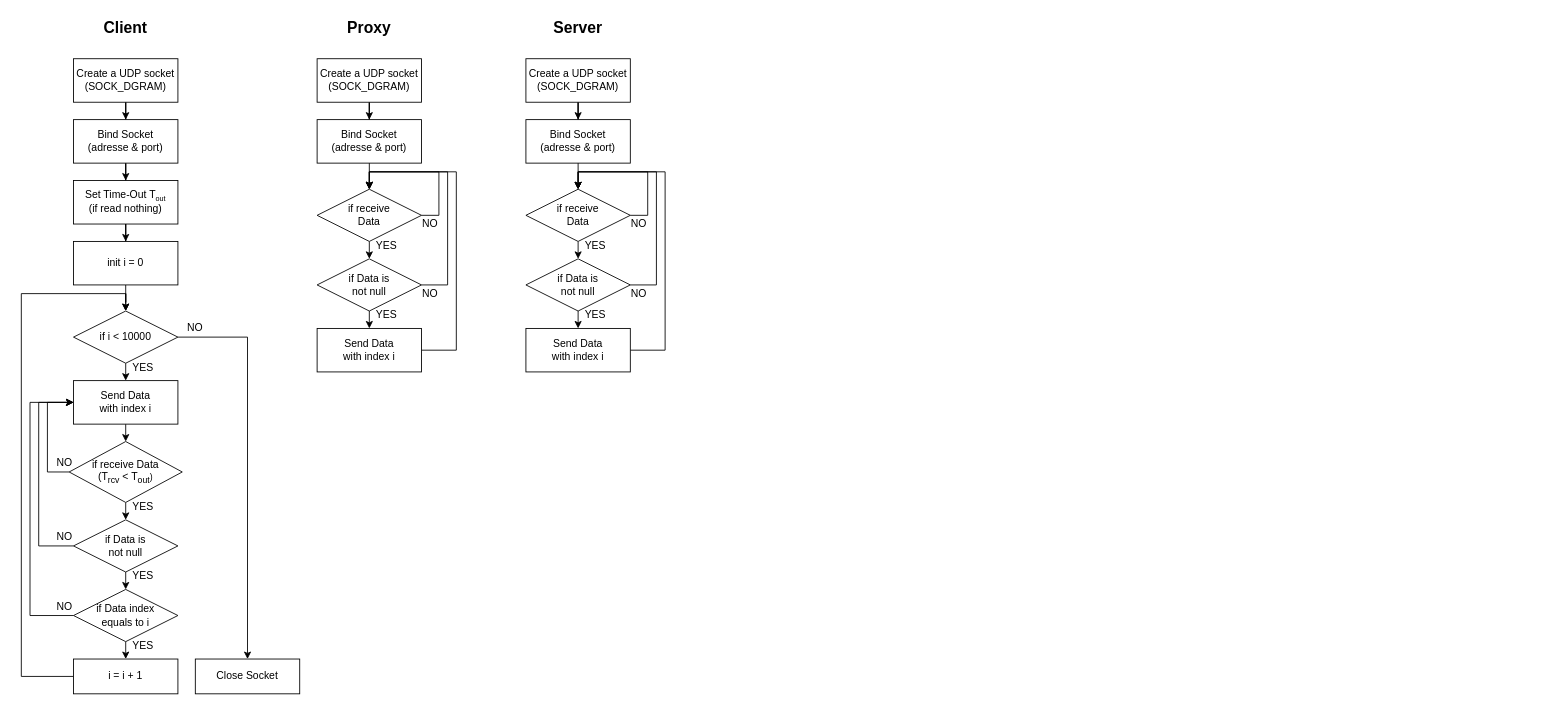
Earlier version of the draw.io diagram flow chart.drawio (timlin0307/Socekt_Programming_Investigation). Source tidied: cells renumbered, new cells numbered last; positions are measured from the earlier drawing's top-left corner, leaving out a move shared by most shapes. Both pictures are drawn from the tidied source at 87%, with x=0, y=0 at pixel (21, 15).
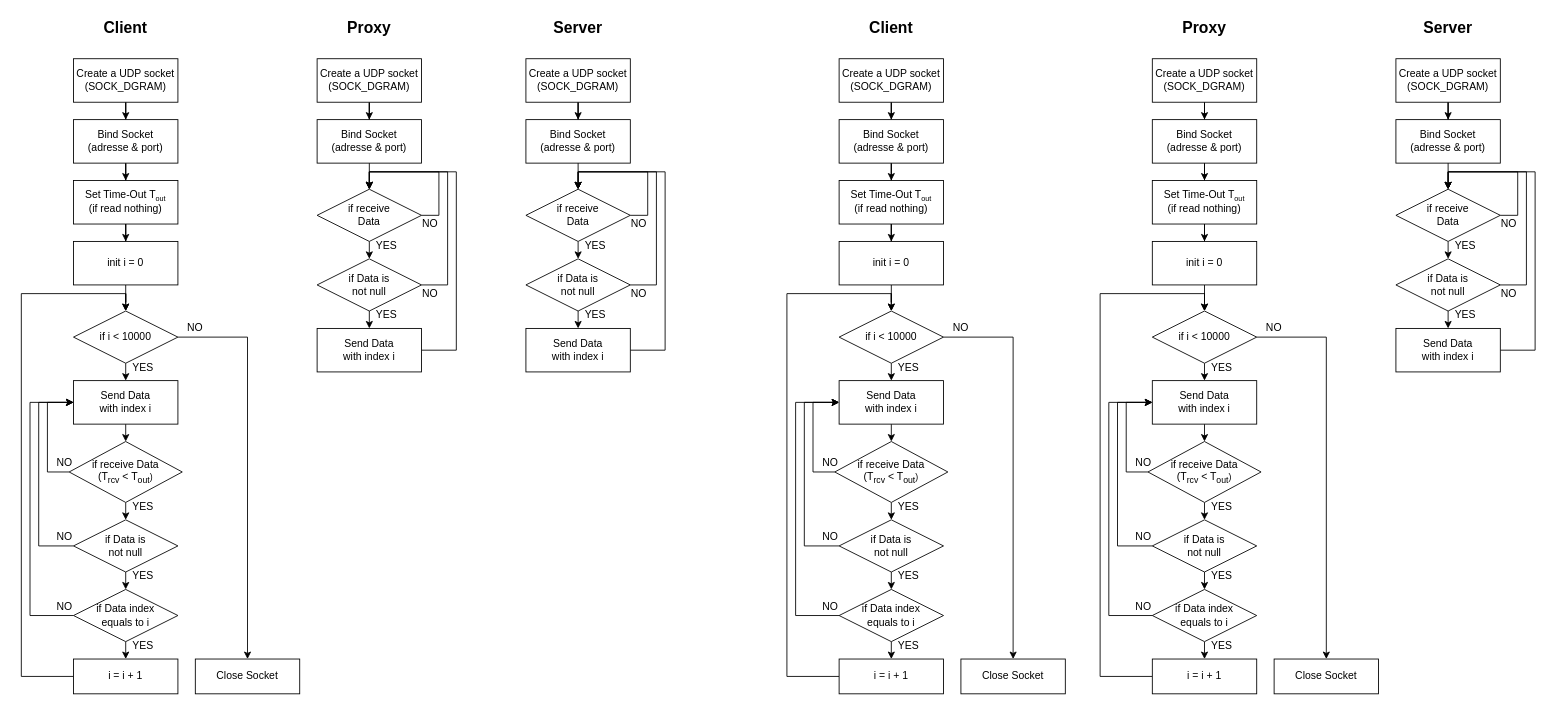
After the change.

The edit, as a diff of the source:
```diff
@@
+    <mxCell id="70" style="edgeStyle=orthogonalEdgeStyle;rounded=0;jettySize=auto;html=1;entryX=0.5;entryY=0;entryDx=0;entryDy=0;" parent="1" edge="1" source="71" target="73">
+      <mxGeometry relative="1" as="geometry" />
+    </mxCell>
+    <mxCell id="71" value="Create a UDP socket&lt;br&gt;(SOCK_DGRAM)" style="rounded=0;whiteSpace=wrap;html=1;" parent="1" vertex="1">
+      <mxGeometry x="940" y="50" width="120" height="50" as="geometry" />
+    </mxCell>
+    <mxCell id="72" style="edgeStyle=orthogonalEdgeStyle;rounded=0;jettySize=auto;html=1;entryX=0.5;entryY=0;entryDx=0;entryDy=0;" parent="1" edge="1" source="73" target="75">
+      <mxGeometry relative="1" as="geometry" />
+    </mxCell>
+    <mxCell id="73" value="Bind Socket&lt;br&gt;(adresse &amp;amp; port)" style="rounded=0;whiteSpace=wrap;html=1;" parent="1" vertex="1">
+      <mxGeometry x="940" y="120" width="120" height="50" as="geometry" />
+    </mxCell>
+    <mxCell id="74" style="edgeStyle=orthogonalEdgeStyle;rounded=0;jettySize=auto;html=1;entryX=0.5;entryY=0;entryDx=0;entryDy=0;" parent="1" edge="1" source="75" target="85">
+      <mxGeometry relative="1" as="geometry" />
+    </mxCell>
+    <mxCell id="75" value="Set Time-Out T&lt;span style=&quot;font-size: 10px;&quot;&gt;&lt;sub&gt;out&lt;/sub&gt;&lt;/span&gt;&lt;br&gt;(if read nothing)" style="rounded=0;whiteSpace=wrap;html=1;" parent="1" vertex="1">
+      <mxGeometry x="940" y="190" width="120" height="50" as="geometry" />
+    </mxCell>
+    <mxCell id="76" style="edgeStyle=orthogonalEdgeStyle;rounded=0;jettySize=auto;html=1;exitX=0.5;exitY=1;exitDx=0;exitDy=0;entryX=0.5;entryY=0;entryDx=0;entryDy=0;" parent="1" edge="1" source="78" target="80">
+      <mxGeometry relative="1" as="geometry" />
+    </mxCell>
+    <mxCell id="77" style="edgeStyle=orthogonalEdgeStyle;rounded=0;jettySize=auto;html=1;exitX=1;exitY=0.5;exitDx=0;exitDy=0;entryX=0.5;entryY=0;entryDx=0;entryDy=0;" parent="1" edge="1" source="78" target="98">
+      <mxGeometry relative="1" as="geometry" />
+    </mxCell>
+    <mxCell id="78" value="if i &amp;lt; 10000" style="rhombus;whiteSpace=wrap;html=1;" parent="1" vertex="1">
+      <mxGeometry x="940" y="340" width="120" height="60" as="geometry" />
+    </mxCell>
+    <mxCell id="79" style="edgeStyle=orthogonalEdgeStyle;rounded=0;jettySize=auto;html=1;exitX=0.5;exitY=1;exitDx=0;exitDy=0;entryX=0.5;entryY=0;entryDx=0;entryDy=0;" parent="1" edge="1" source="80" target="83">
+      <mxGeometry relative="1" as="geometry" />
+    </mxCell>
+    <mxCell id="80" value="Send Data&lt;br&gt;with index i" style="rounded=0;whiteSpace=wrap;html=1;" parent="1" vertex="1">
+      <mxGeometry x="940" y="420" width="120" height="50" as="geometry" />
+    </mxCell>
+    <mxCell id="81" style="edgeStyle=orthogonalEdgeStyle;rounded=0;jettySize=auto;html=1;exitX=0.5;exitY=1;exitDx=0;exitDy=0;entryX=0.5;entryY=0;entryDx=0;entryDy=0;" parent="1" edge="1" source="83" target="90">
+      <mxGeometry relative="1" as="geometry" />
+    </mxCell>
+    <mxCell id="82" style="edgeStyle=orthogonalEdgeStyle;rounded=0;jettySize=auto;html=1;exitX=0;exitY=0.5;exitDx=0;exitDy=0;entryX=0;entryY=0.5;entryDx=0;entryDy=0;" parent="1" edge="1" source="83" target="80">
+      <mxGeometry relative="1" as="geometry">
+        <Array as="points">
+          <mxPoint x="910" y="525" />
+          <mxPoint x="910" y="445" />
+        </Array>
+      </mxGeometry>
+    </mxCell>
+    <mxCell id="83" value="if receive Data&lt;br&gt;(T&lt;sub&gt;rcv&lt;/sub&gt;&amp;nbsp;&amp;lt; T&lt;sub&gt;out&lt;/sub&gt;&lt;span style=&quot;font-size: 10px;&quot;&gt;)&lt;/span&gt;" style="rhombus;whiteSpace=wrap;html=1;" parent="1" vertex="1">
+      <mxGeometry x="935" y="490" width="130" height="70" as="geometry" />
+    </mxCell>
+    <mxCell id="84" style="edgeStyle=orthogonalEdgeStyle;rounded=0;jettySize=auto;html=1;entryX=0.5;entryY=0;entryDx=0;entryDy=0;" parent="1" edge="1" source="85" target="78">
+      <mxGeometry relative="1" as="geometry" />
+    </mxCell>
+    <mxCell id="85" value="init i = 0" style="rounded=0;whiteSpace=wrap;html=1;" parent="1" vertex="1">
+      <mxGeometry x="940" y="260" width="120" height="50" as="geometry" />
+    </mxCell>
+    <mxCell id="86" style="edgeStyle=orthogonalEdgeStyle;rounded=0;jettySize=auto;html=1;exitX=0;exitY=0.5;exitDx=0;exitDy=0;entryX=0.5;entryY=0;entryDx=0;entryDy=0;" parent="1" edge="1" source="87" target="78">
+      <mxGeometry relative="1" as="geometry">
+        <Array as="points">
+          <mxPoint x="880" y="760" />
+          <mxPoint x="880" y="320" />
+          <mxPoint x="1000" y="320" />
+        </Array>
+      </mxGeometry>
+    </mxCell>
+    <mxCell id="87" value="i = i + 1" style="rounded=0;whiteSpace=wrap;html=1;" parent="1" vertex="1">
+      <mxGeometry x="940" y="740" width="120" height="40" as="geometry" />
+    </mxCell>
+    <mxCell id="88" style="edgeStyle=orthogonalEdgeStyle;rounded=0;jettySize=auto;html=1;exitX=0.5;exitY=1;exitDx=0;exitDy=0;entryX=0.5;entryY=0;entryDx=0;entryDy=0;" parent="1" edge="1" source="90" target="93">
+      <mxGeometry relative="1" as="geometry" />
+    </mxCell>
+    <mxCell id="89" style="edgeStyle=orthogonalEdgeStyle;rounded=0;jettySize=auto;html=1;exitX=0;exitY=0.5;exitDx=0;exitDy=0;entryX=0;entryY=0.5;entryDx=0;entryDy=0;" parent="1" edge="1" source="90" target="80">
+      <mxGeometry relative="1" as="geometry">
+        <Array as="points">
+          <mxPoint x="900" y="610" />
+          <mxPoint x="900" y="445" />
+        </Array>
+      </mxGeometry>
+    </mxCell>
+    <mxCell id="90" value="if Data is&lt;br&gt;not null" style="rhombus;whiteSpace=wrap;html=1;" parent="1" vertex="1">
+      <mxGeometry x="940" y="580" width="120" height="60" as="geometry" />
+    </mxCell>
+    <mxCell id="91" style="edgeStyle=orthogonalEdgeStyle;rounded=0;jettySize=auto;html=1;exitX=0.5;exitY=1;exitDx=0;exitDy=0;entryX=0.5;entryY=0;entryDx=0;entryDy=0;" parent="1" edge="1" source="93" target="87">
+      <mxGeometry relative="1" as="geometry" />
+    </mxCell>
+    <mxCell id="92" style="edgeStyle=orthogonalEdgeStyle;rounded=0;jettySize=auto;html=1;exitX=0;exitY=0.5;exitDx=0;exitDy=0;entryX=0;entryY=0.5;entryDx=0;entryDy=0;" parent="1" edge="1" source="93" target="80">
+      <mxGeometry relative="1" as="geometry">
+        <Array as="points">
+          <mxPoint x="890" y="690" />
+          <mxPoint x="890" y="445" />
+        </Array>
+      </mxGeometry>
+    </mxCell>
+    <mxCell id="93" value="if Data index&lt;br&gt;equals to i" style="rhombus;whiteSpace=wrap;html=1;" parent="1" vertex="1">
+      <mxGeometry x="940" y="660" width="120" height="60" as="geometry" />
+    </mxCell>
+    <mxCell id="94" value="YES" style="text;html=1;strokeColor=none;fillColor=none;align=center;verticalAlign=middle;whiteSpace=wrap;rounded=0;" parent="1" vertex="1">
+      <mxGeometry x="1000" y="400" width="40" height="10" as="geometry" />
+    </mxCell>
+    <mxCell id="95" value="YES" style="text;html=1;strokeColor=none;fillColor=none;align=center;verticalAlign=middle;whiteSpace=wrap;rounded=0;" parent="1" vertex="1">
+      <mxGeometry x="1000" y="560" width="40" height="10" as="geometry" />
+    </mxCell>
+    <mxCell id="96" value="YES" style="text;html=1;strokeColor=none;fillColor=none;align=center;verticalAlign=middle;whiteSpace=wrap;rounded=0;" parent="1" vertex="1">
+      <mxGeometry x="1000" y="640" width="40" height="10" as="geometry" />
+    </mxCell>
+    <mxCell id="97" value="YES" style="text;html=1;strokeColor=none;fillColor=none;align=center;verticalAlign=middle;whiteSpace=wrap;rounded=0;" parent="1" vertex="1">
+      <mxGeometry x="1000" y="720" width="40" height="10" as="geometry" />
+    </mxCell>
+    <mxCell id="98" value="Close Socket" style="rounded=0;whiteSpace=wrap;html=1;" parent="1" vertex="1">
+      <mxGeometry x="1080" y="740" width="120" height="40" as="geometry" />
+    </mxCell>
+    <mxCell id="99" value="NO" style="text;html=1;strokeColor=none;fillColor=none;align=center;verticalAlign=middle;whiteSpace=wrap;rounded=0;" parent="1" vertex="1">
+      <mxGeometry x="1060" y="350" width="40" height="20" as="geometry" />
+    </mxCell>
+    <mxCell id="100" value="NO" style="text;html=1;strokeColor=none;fillColor=none;align=center;verticalAlign=middle;whiteSpace=wrap;rounded=0;" parent="1" vertex="1">
+      <mxGeometry x="910" y="510" width="40" height="10" as="geometry" />
+    </mxCell>
+    <mxCell id="101" value="NO" style="text;html=1;strokeColor=none;fillColor=none;align=center;verticalAlign=middle;whiteSpace=wrap;rounded=0;" parent="1" vertex="1">
+      <mxGeometry x="910" y="590" width="40" height="20" as="geometry" />
+    </mxCell>
+    <mxCell id="102" value="NO" style="text;html=1;strokeColor=none;fillColor=none;align=center;verticalAlign=middle;whiteSpace=wrap;rounded=0;" parent="1" vertex="1">
+      <mxGeometry x="910" y="670" width="40" height="20" as="geometry" />
+    </mxCell>
+    <mxCell id="103" value="&lt;b&gt;&lt;font style=&quot;font-size: 18px;&quot;&gt;Client&lt;/font&gt;&lt;/b&gt;" style="text;html=1;strokeColor=none;fillColor=none;align=center;verticalAlign=middle;whiteSpace=wrap;rounded=0;" parent="1" vertex="1">
+      <mxGeometry x="970" width="60" height="30" as="geometry" />
+    </mxCell>
+    <mxCell id="104" style="edgeStyle=orthogonalEdgeStyle;rounded=0;jettySize=auto;html=1;entryX=0.5;entryY=0;entryDx=0;entryDy=0;" parent="1" edge="1" source="105" target="106">
+      <mxGeometry relative="1" as="geometry" />
+    </mxCell>
+    <mxCell id="105" value="Create a UDP socket&lt;br&gt;(SOCK_DGRAM)" style="rounded=0;whiteSpace=wrap;html=1;" parent="1" vertex="1">
+      <mxGeometry x="1580" y="50" width="120" height="50" as="geometry" />
+    </mxCell>
+    <mxCell id="106" value="Bind Socket&lt;br&gt;(adresse &amp;amp; port)" style="rounded=0;whiteSpace=wrap;html=1;" parent="1" vertex="1">
+      <mxGeometry x="1580" y="120" width="120" height="50" as="geometry" />
+    </mxCell>
+    <mxCell id="107" style="edgeStyle=orthogonalEdgeStyle;rounded=0;jettySize=auto;html=1;exitX=0.5;exitY=1;exitDx=0;exitDy=0;entryX=0.5;entryY=0;entryDx=0;entryDy=0;" parent="1" edge="1" source="108" target="112">
+      <mxGeometry relative="1" as="geometry" />
+    </mxCell>
+    <mxCell id="108" value="if receive&lt;br&gt;Data" style="rhombus;whiteSpace=wrap;html=1;" parent="1" vertex="1">
+      <mxGeometry x="1580" y="200" width="120" height="60" as="geometry" />
+    </mxCell>
+    <mxCell id="109" style="edgeStyle=orthogonalEdgeStyle;rounded=0;jettySize=auto;html=1;entryX=0.5;entryY=0;entryDx=0;entryDy=0;exitX=0.5;exitY=1;exitDx=0;exitDy=0;" parent="1" edge="1" source="106" target="108">
+      <mxGeometry relative="1" as="geometry" />
+    </mxCell>
+    <mxCell id="110" style="edgeStyle=orthogonalEdgeStyle;rounded=0;jettySize=auto;html=1;exitX=0.5;exitY=1;exitDx=0;exitDy=0;entryX=0.5;entryY=0;entryDx=0;entryDy=0;" parent="1" edge="1" source="112" target="118">
+      <mxGeometry relative="1" as="geometry" />
+    </mxCell>
+    <mxCell id="111" style="edgeStyle=orthogonalEdgeStyle;rounded=0;jettySize=auto;html=1;exitX=1;exitY=0.5;exitDx=0;exitDy=0;entryX=0.5;entryY=0;entryDx=0;entryDy=0;" parent="1" edge="1" source="112" target="108">
+      <mxGeometry relative="1" as="geometry">
+        <Array as="points">
+          <mxPoint x="1730" y="310" />
+          <mxPoint x="1730" y="180" />
+          <mxPoint x="1640" y="180" />
+        </Array>
+      </mxGeometry>
+    </mxCell>
+    <mxCell id="112" value="if Data is&lt;br&gt;not null" style="rhombus;whiteSpace=wrap;html=1;" parent="1" vertex="1">
+      <mxGeometry x="1580" y="280" width="120" height="60" as="geometry" />
+    </mxCell>
+    <mxCell id="113" value="YES" style="text;html=1;strokeColor=none;fillColor=none;align=center;verticalAlign=middle;whiteSpace=wrap;rounded=0;" parent="1" vertex="1">
+      <mxGeometry x="1640" y="260" width="40" height="10" as="geometry" />
+    </mxCell>
+    <mxCell id="114" value="YES" style="text;html=1;strokeColor=none;fillColor=none;align=center;verticalAlign=middle;whiteSpace=wrap;rounded=0;" parent="1" vertex="1">
+      <mxGeometry x="1640" y="340" width="40" height="10" as="geometry" />
+    </mxCell>
+    <mxCell id="115" style="edgeStyle=orthogonalEdgeStyle;rounded=0;orthogonalLoop=1;jettySize=auto;html=1;exitX=1;exitY=0.5;exitDx=0;exitDy=0;entryX=0.5;entryY=0;entryDx=0;entryDy=0;" parent="1" edge="1" source="108" target="108">
+      <mxGeometry relative="1" as="geometry">
+        <Array as="points">
+          <mxPoint x="1720" y="230" />
+          <mxPoint x="1720" y="180" />
+          <mxPoint x="1640" y="180" />
+        </Array>
+      </mxGeometry>
+    </mxCell>
+    <mxCell id="116" value="NO" style="text;html=1;strokeColor=none;fillColor=none;align=center;verticalAlign=middle;whiteSpace=wrap;rounded=0;" parent="1" vertex="1">
+      <mxGeometry x="1690" y="230" width="40" height="20" as="geometry" />
+    </mxCell>
+    <mxCell id="117" style="edgeStyle=orthogonalEdgeStyle;rounded=0;jettySize=auto;html=1;exitX=1;exitY=0.5;exitDx=0;exitDy=0;entryX=0.5;entryY=0;entryDx=0;entryDy=0;" parent="1" edge="1" source="118" target="108">
+      <mxGeometry relative="1" as="geometry">
+        <Array as="points">
+          <mxPoint x="1740" y="385" />
+          <mxPoint x="1740" y="180" />
+          <mxPoint x="1640" y="180" />
+        </Array>
+      </mxGeometry>
+    </mxCell>
+    <mxCell id="118" value="Send Data&lt;br&gt;with index i" style="rounded=0;whiteSpace=wrap;html=1;" parent="1" vertex="1">
+      <mxGeometry x="1580" y="360" width="120" height="50" as="geometry" />
+    </mxCell>
+    <mxCell id="119" value="NO" style="text;html=1;strokeColor=none;fillColor=none;align=center;verticalAlign=middle;whiteSpace=wrap;rounded=0;" parent="1" vertex="1">
+      <mxGeometry x="1690" y="310" width="40" height="20" as="geometry" />
+    </mxCell>
+    <mxCell id="120" value="&lt;b&gt;&lt;font style=&quot;font-size: 18px;&quot;&gt;Server&lt;/font&gt;&lt;/b&gt;" style="text;html=1;strokeColor=none;fillColor=none;align=center;verticalAlign=middle;whiteSpace=wrap;rounded=0;" parent="1" vertex="1">
+      <mxGeometry x="1610" width="60" height="30" as="geometry" />
+    </mxCell>
+    <mxCell id="121" style="edgeStyle=orthogonalEdgeStyle;rounded=0;jettySize=auto;html=1;entryX=0.5;entryY=0;entryDx=0;entryDy=0;" parent="1" edge="1" source="122" target="124">
+      <mxGeometry relative="1" as="geometry" />
+    </mxCell>
+    <mxCell id="122" value="Create a UDP socket&lt;br&gt;(SOCK_DGRAM)" style="rounded=0;whiteSpace=wrap;html=1;" parent="1" vertex="1">
+      <mxGeometry x="1300" y="50" width="120" height="50" as="geometry" />
+    </mxCell>
+    <mxCell id="123" style="edgeStyle=orthogonalEdgeStyle;rounded=0;jettySize=auto;html=1;entryX=0.5;entryY=0;entryDx=0;entryDy=0;" parent="1" edge="1" source="124" target="126">
+      <mxGeometry relative="1" as="geometry" />
+    </mxCell>
+    <mxCell id="124" value="Bind Socket&lt;br&gt;(adresse &amp;amp; port)" style="rounded=0;whiteSpace=wrap;html=1;" parent="1" vertex="1">
+      <mxGeometry x="1300" y="120" width="120" height="50" as="geometry" />
+    </mxCell>
+    <mxCell id="125" style="edgeStyle=orthogonalEdgeStyle;rounded=0;jettySize=auto;html=1;entryX=0.5;entryY=0;entryDx=0;entryDy=0;" parent="1" edge="1" source="126" target="136">
+      <mxGeometry relative="1" as="geometry" />
+    </mxCell>
+    <mxCell id="126" value="Set Time-Out T&lt;span style=&quot;font-size: 10px;&quot;&gt;&lt;sub&gt;out&lt;/sub&gt;&lt;/span&gt;&lt;br&gt;(if read nothing)" style="rounded=0;whiteSpace=wrap;html=1;" parent="1" vertex="1">
+      <mxGeometry x="1300" y="190" width="120" height="50" as="geometry" />
+    </mxCell>
+    <mxCell id="127" style="edgeStyle=orthogonalEdgeStyle;rounded=0;jettySize=auto;html=1;exitX=0.5;exitY=1;exitDx=0;exitDy=0;entryX=0.5;entryY=0;entryDx=0;entryDy=0;" parent="1" edge="1" source="129" target="131">
+      <mxGeometry relative="1" as="geometry" />
+    </mxCell>
+    <mxCell id="128" style="edgeStyle=orthogonalEdgeStyle;rounded=0;jettySize=auto;html=1;exitX=1;exitY=0.5;exitDx=0;exitDy=0;entryX=0.5;entryY=0;entryDx=0;entryDy=0;" parent="1" edge="1" source="129" target="149">
+      <mxGeometry relative="1" as="geometry" />
+    </mxCell>
+    <mxCell id="129" value="if i &amp;lt; 10000" style="rhombus;whiteSpace=wrap;html=1;" parent="1" vertex="1">
+      <mxGeometry x="1300" y="340" width="120" height="60" as="geometry" />
+    </mxCell>
+    <mxCell id="130" style="edgeStyle=orthogonalEdgeStyle;rounded=0;jettySize=auto;html=1;exitX=0.5;exitY=1;exitDx=0;exitDy=0;entryX=0.5;entryY=0;entryDx=0;entryDy=0;" parent="1" edge="1" source="131" target="134">
+      <mxGeometry relative="1" as="geometry" />
+    </mxCell>
+    <mxCell id="131" value="Send Data&lt;br&gt;with index i" style="rounded=0;whiteSpace=wrap;html=1;" parent="1" vertex="1">
+      <mxGeometry x="1300" y="420" width="120" height="50" as="geometry" />
+    </mxCell>
+    <mxCell id="132" style="edgeStyle=orthogonalEdgeStyle;rounded=0;jettySize=auto;html=1;exitX=0.5;exitY=1;exitDx=0;exitDy=0;entryX=0.5;entryY=0;entryDx=0;entryDy=0;" parent="1" edge="1" source="134" target="141">
+      <mxGeometry relative="1" as="geometry" />
+    </mxCell>
+    <mxCell id="133" style="edgeStyle=orthogonalEdgeStyle;rounded=0;jettySize=auto;html=1;exitX=0;exitY=0.5;exitDx=0;exitDy=0;entryX=0;entryY=0.5;entryDx=0;entryDy=0;" parent="1" edge="1" source="134" target="131">
+      <mxGeometry relative="1" as="geometry">
+        <Array as="points">
+          <mxPoint x="1270" y="525" />
+          <mxPoint x="1270" y="445" />
+        </Array>
+      </mxGeometry>
+    </mxCell>
+    <mxCell id="134" value="if receive Data&lt;br&gt;(T&lt;sub&gt;rcv&lt;/sub&gt;&amp;nbsp;&amp;lt; T&lt;sub&gt;out&lt;/sub&gt;&lt;span style=&quot;font-size: 10px;&quot;&gt;)&lt;/span&gt;" style="rhombus;whiteSpace=wrap;html=1;" parent="1" vertex="1">
+      <mxGeometry x="1295" y="490" width="130" height="70" as="geometry" />
+    </mxCell>
+    <mxCell id="135" style="edgeStyle=orthogonalEdgeStyle;rounded=0;jettySize=auto;html=1;entryX=0.5;entryY=0;entryDx=0;entryDy=0;" parent="1" edge="1" source="136" target="129">
+      <mxGeometry relative="1" as="geometry" />
+    </mxCell>
+    <mxCell id="136" value="init i = 0" style="rounded=0;whiteSpace=wrap;html=1;" parent="1" vertex="1">
+      <mxGeometry x="1300" y="260" width="120" height="50" as="geometry" />
+    </mxCell>
+    <mxCell id="137" style="edgeStyle=orthogonalEdgeStyle;rounded=0;jettySize=auto;html=1;exitX=0;exitY=0.5;exitDx=0;exitDy=0;entryX=0.5;entryY=0;entryDx=0;entryDy=0;" parent="1" edge="1" source="138" target="129">
+      <mxGeometry relative="1" as="geometry">
+        <Array as="points">
+          <mxPoint x="1240" y="760" />
+          <mxPoint x="1240" y="320" />
+          <mxPoint x="1360" y="320" />
+        </Array>
+      </mxGeometry>
+    </mxCell>
+    <mxCell id="138" value="i = i + 1" style="rounded=0;whiteSpace=wrap;html=1;" parent="1" vertex="1">
+      <mxGeometry x="1300" y="740" width="120" height="40" as="geometry" />
+    </mxCell>
+    <mxCell id="139" style="edgeStyle=orthogonalEdgeStyle;rounded=0;jettySize=auto;html=1;exitX=0.5;exitY=1;exitDx=0;exitDy=0;entryX=0.5;entryY=0;entryDx=0;entryDy=0;" parent="1" edge="1" source="141" target="144">
+      <mxGeometry relative="1" as="geometry" />
+    </mxCell>
+    <mxCell id="140" style="edgeStyle=orthogonalEdgeStyle;rounded=0;jettySize=auto;html=1;exitX=0;exitY=0.5;exitDx=0;exitDy=0;entryX=0;entryY=0.5;entryDx=0;entryDy=0;" parent="1" edge="1" source="141" target="131">
+      <mxGeometry relative="1" as="geometry">
+        <Array as="points">
+          <mxPoint x="1260" y="610" />
+          <mxPoint x="1260" y="445" />
+        </Array>
+      </mxGeometry>
+    </mxCell>
+    <mxCell id="141" value="if Data is&lt;br&gt;not null" style="rhombus;whiteSpace=wrap;html=1;" parent="1" vertex="1">
+      <mxGeometry x="1300" y="580" width="120" height="60" as="geometry" />
+    </mxCell>
+    <mxCell id="142" style="edgeStyle=orthogonalEdgeStyle;rounded=0;jettySize=auto;html=1;exitX=0.5;exitY=1;exitDx=0;exitDy=0;entryX=0.5;entryY=0;entryDx=0;entryDy=0;" parent="1" edge="1" source="144" target="138">
+      <mxGeometry relative="1" as="geometry" />
+    </mxCell>
+    <mxCell id="143" style="edgeStyle=orthogonalEdgeStyle;rounded=0;jettySize=auto;html=1;exitX=0;exitY=0.5;exitDx=0;exitDy=0;entryX=0;entryY=0.5;entryDx=0;entryDy=0;" parent="1" edge="1" source="144" target="131">
+      <mxGeometry relative="1" as="geometry">
+        <Array as="points">
+          <mxPoint x="1250" y="690" />
+          <mxPoint x="1250" y="445" />
+        </Array>
+      </mxGeometry>
+    </mxCell>
+    <mxCell id="144" value="if Data index&lt;br&gt;equals to i" style="rhombus;whiteSpace=wrap;html=1;" parent="1" vertex="1">
+      <mxGeometry x="1300" y="660" width="120" height="60" as="geometry" />
+    </mxCell>
+    <mxCell id="145" value="YES" style="text;html=1;strokeColor=none;fillColor=none;align=center;verticalAlign=middle;whiteSpace=wrap;rounded=0;" parent="1" vertex="1">
+      <mxGeometry x="1360" y="400" width="40" height="10" as="geometry" />
+    </mxCell>
+    <mxCell id="146" value="YES" style="text;html=1;strokeColor=none;fillColor=none;align=center;verticalAlign=middle;whiteSpace=wrap;rounded=0;" parent="1" vertex="1">
+      <mxGeometry x="1360" y="560" width="40" height="10" as="geometry" />
+    </mxCell>
+    <mxCell id="147" value="YES" style="text;html=1;strokeColor=none;fillColor=none;align=center;verticalAlign=middle;whiteSpace=wrap;rounded=0;" parent="1" vertex="1">
+      <mxGeometry x="1360" y="640" width="40" height="10" as="geometry" />
+    </mxCell>
+    <mxCell id="148" value="YES" style="text;html=1;strokeColor=none;fillColor=none;align=center;verticalAlign=middle;whiteSpace=wrap;rounded=0;" parent="1" vertex="1">
+      <mxGeometry x="1360" y="720" width="40" height="10" as="geometry" />
+    </mxCell>
+    <mxCell id="149" value="Close Socket" style="rounded=0;whiteSpace=wrap;html=1;" parent="1" vertex="1">
+      <mxGeometry x="1440" y="740" width="120" height="40" as="geometry" />
+    </mxCell>
+    <mxCell id="150" value="NO" style="text;html=1;strokeColor=none;fillColor=none;align=center;verticalAlign=middle;whiteSpace=wrap;rounded=0;" parent="1" vertex="1">
+      <mxGeometry x="1420" y="350" width="40" height="20" as="geometry" />
+    </mxCell>
+    <mxCell id="151" value="NO" style="text;html=1;strokeColor=none;fillColor=none;align=center;verticalAlign=middle;whiteSpace=wrap;rounded=0;" parent="1" vertex="1">
+      <mxGeometry x="1270" y="510" width="40" height="10" as="geometry" />
+    </mxCell>
+    <mxCell id="152" value="NO" style="text;html=1;strokeColor=none;fillColor=none;align=center;verticalAlign=middle;whiteSpace=wrap;rounded=0;" parent="1" vertex="1">
+      <mxGeometry x="1270" y="590" width="40" height="20" as="geometry" />
+    </mxCell>
+    <mxCell id="153" value="NO" style="text;html=1;strokeColor=none;fillColor=none;align=center;verticalAlign=middle;whiteSpace=wrap;rounded=0;" parent="1" vertex="1">
+      <mxGeometry x="1270" y="670" width="40" height="20" as="geometry" />
+    </mxCell>
+    <mxCell id="154" value="&lt;b&gt;&lt;font style=&quot;font-size: 18px;&quot;&gt;Proxy&lt;/font&gt;&lt;/b&gt;" style="text;html=1;strokeColor=none;fillColor=none;align=center;verticalAlign=middle;whiteSpace=wrap;rounded=0;" parent="1" vertex="1">
+      <mxGeometry x="1330" width="60" height="30" as="geometry" />
+    </mxCell>
```
